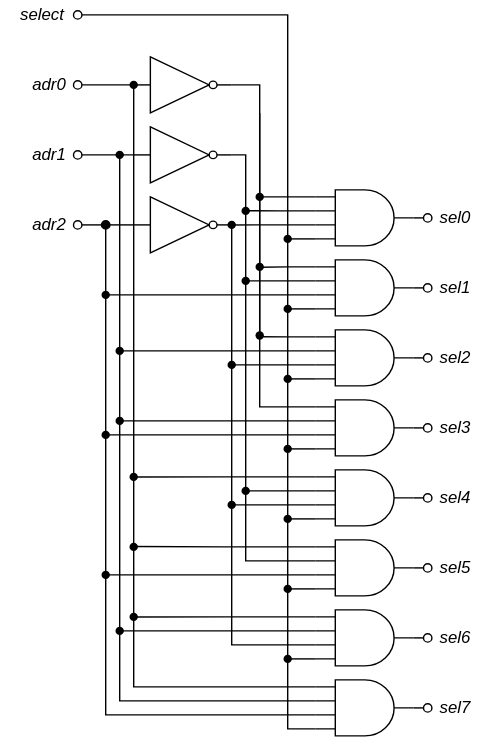
This is figures/circuit_diagrams/address_decoder.svg from Tezyy/Integrated_circuits, a draw.io export, as it was before one commit. Source tidied: cells renumbered, new cells last; positions are measured from the earlier drawing's top-left corner, leaving out a move shared by most shapes.
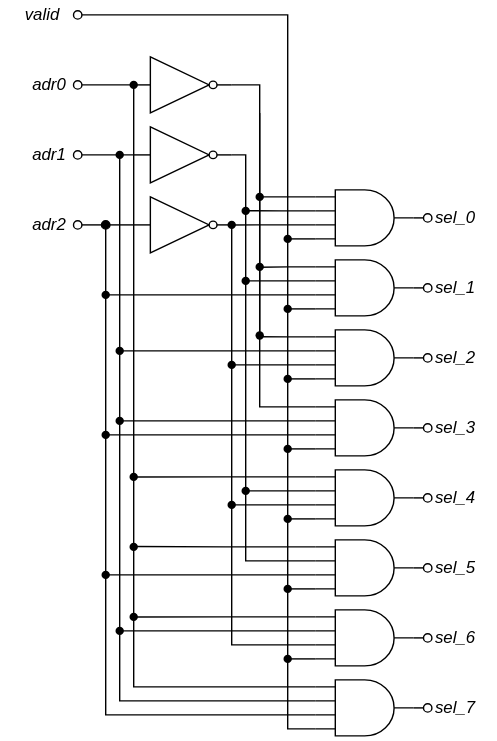
The same file after the commit.

Commit message:
changed circuit diagram

What changed in the source:
```diff
@@ -89,7 +89,7 @@
         </Array>
       </mxGeometry>
     </mxCell>
-    <mxCell id="19" value="&lt;i&gt;select&lt;/i&gt;" style="text;html=1;align=center;verticalAlign=middle;whiteSpace=wrap;rounded=0;" parent="1" vertex="1">
+    <mxCell id="19" value="&lt;i&gt;valid&lt;/i&gt;" style="text;html=1;align=center;verticalAlign=middle;whiteSpace=wrap;rounded=0;" parent="1" vertex="1">
       <mxGeometry width="60" height="20" as="geometry" />
     </mxCell>
     <mxCell id="20" style="edgeStyle=orthogonalEdgeStyle;rounded=0;jettySize=auto;html=1;exitX=1;exitY=0.5;exitDx=0;exitDy=0;exitPerimeter=0;endArrow=oval;endFill=0;" parent="1" edge="1" source="25">
@@ -120,7 +120,7 @@
     <mxCell id="25" style="verticalLabelPosition=bottom;shadow=0;dashed=0;align=center;html=1;verticalAlign=top;shape=mxgraph.electrical.logic_gates.logic_gate;operation=and;numInputs=4;" parent="1" vertex="1">
       <mxGeometry x="225" y="135" width="70" height="40" as="geometry" />
     </mxCell>
-    <mxCell id="26" value="&lt;i&gt;sel0&lt;/i&gt;" style="text;html=1;align=center;verticalAlign=middle;whiteSpace=wrap;rounded=0;" parent="1" vertex="1">
+    <mxCell id="26" value="&lt;i&gt;sel_0&lt;/i&gt;" style="text;html=1;align=center;verticalAlign=middle;whiteSpace=wrap;rounded=0;" parent="1" vertex="1">
       <mxGeometry x="295" y="140" width="60" height="30" as="geometry" />
     </mxCell>
     <mxCell id="27" style="edgeStyle=orthogonalEdgeStyle;rounded=0;jettySize=auto;html=1;exitX=1;exitY=0.5;exitDx=0;exitDy=0;exitPerimeter=0;endArrow=oval;endFill=0;" parent="1" edge="1" source="32">
@@ -151,7 +151,7 @@
     <mxCell id="32" style="verticalLabelPosition=bottom;shadow=0;dashed=0;align=center;html=1;verticalAlign=top;shape=mxgraph.electrical.logic_gates.logic_gate;operation=and;numInputs=4;" parent="1" vertex="1">
       <mxGeometry x="225" y="185" width="70" height="40" as="geometry" />
     </mxCell>
-    <mxCell id="33" value="&lt;i&gt;sel1&lt;/i&gt;" style="text;html=1;align=center;verticalAlign=middle;whiteSpace=wrap;rounded=0;" parent="1" vertex="1">
+    <mxCell id="33" value="&lt;i&gt;sel_1&lt;/i&gt;" style="text;html=1;align=center;verticalAlign=middle;whiteSpace=wrap;rounded=0;" parent="1" vertex="1">
       <mxGeometry x="295" y="190" width="60" height="30" as="geometry" />
     </mxCell>
     <mxCell id="34" style="edgeStyle=orthogonalEdgeStyle;rounded=0;jettySize=auto;html=1;exitX=1;exitY=0.5;exitDx=0;exitDy=0;exitPerimeter=0;endArrow=oval;endFill=0;" parent="1" edge="1" source="39">
@@ -182,7 +182,7 @@
     <mxCell id="39" style="verticalLabelPosition=bottom;shadow=0;dashed=0;align=center;html=1;verticalAlign=top;shape=mxgraph.electrical.logic_gates.logic_gate;operation=and;numInputs=4;" parent="1" vertex="1">
       <mxGeometry x="225" y="235" width="70" height="40" as="geometry" />
     </mxCell>
-    <mxCell id="40" value="&lt;i&gt;sel2&lt;/i&gt;" style="text;html=1;align=center;verticalAlign=middle;whiteSpace=wrap;rounded=0;" parent="1" vertex="1">
+    <mxCell id="40" value="&lt;i&gt;sel_2&lt;/i&gt;" style="text;html=1;align=center;verticalAlign=middle;whiteSpace=wrap;rounded=0;" parent="1" vertex="1">
       <mxGeometry x="295" y="240" width="60" height="30" as="geometry" />
     </mxCell>
     <mxCell id="41" style="edgeStyle=orthogonalEdgeStyle;rounded=0;jettySize=auto;html=1;exitX=1;exitY=0.5;exitDx=0;exitDy=0;exitPerimeter=0;endArrow=oval;endFill=0;" parent="1" edge="1" source="45">
@@ -208,7 +208,7 @@
     <mxCell id="45" style="verticalLabelPosition=bottom;shadow=0;dashed=0;align=center;html=1;verticalAlign=top;shape=mxgraph.electrical.logic_gates.logic_gate;operation=and;numInputs=4;" parent="1" vertex="1">
       <mxGeometry x="225" y="285" width="70" height="40" as="geometry" />
     </mxCell>
-    <mxCell id="46" value="&lt;i&gt;sel3&lt;/i&gt;" style="text;html=1;align=center;verticalAlign=middle;whiteSpace=wrap;rounded=0;" parent="1" vertex="1">
+    <mxCell id="46" value="&lt;i&gt;sel_3&lt;/i&gt;" style="text;html=1;align=center;verticalAlign=middle;whiteSpace=wrap;rounded=0;" parent="1" vertex="1">
       <mxGeometry x="295" y="290" width="60" height="30" as="geometry" />
     </mxCell>
     <mxCell id="47" style="edgeStyle=orthogonalEdgeStyle;rounded=0;jettySize=auto;html=1;exitX=1;exitY=0.5;exitDx=0;exitDy=0;exitPerimeter=0;endArrow=oval;endFill=0;" parent="1" edge="1" source="52">
@@ -239,7 +239,7 @@
     <mxCell id="52" style="verticalLabelPosition=bottom;shadow=0;dashed=0;align=center;html=1;verticalAlign=top;shape=mxgraph.electrical.logic_gates.logic_gate;operation=and;numInputs=4;" parent="1" vertex="1">
       <mxGeometry x="225" y="335" width="70" height="40" as="geometry" />
     </mxCell>
-    <mxCell id="53" value="&lt;i&gt;sel4&lt;/i&gt;" style="text;html=1;align=center;verticalAlign=middle;whiteSpace=wrap;rounded=0;" parent="1" vertex="1">
+    <mxCell id="53" value="&lt;i&gt;sel_4&lt;/i&gt;" style="text;html=1;align=center;verticalAlign=middle;whiteSpace=wrap;rounded=0;" parent="1" vertex="1">
       <mxGeometry x="295" y="340" width="60" height="30" as="geometry" />
     </mxCell>
     <mxCell id="54" style="edgeStyle=orthogonalEdgeStyle;rounded=0;jettySize=auto;html=1;exitX=1;exitY=0.5;exitDx=0;exitDy=0;exitPerimeter=0;endArrow=oval;endFill=0;" parent="1" edge="1" source="58">
@@ -265,7 +265,7 @@
     <mxCell id="58" style="verticalLabelPosition=bottom;shadow=0;dashed=0;align=center;html=1;verticalAlign=top;shape=mxgraph.electrical.logic_gates.logic_gate;operation=and;numInputs=4;" parent="1" vertex="1">
       <mxGeometry x="225" y="385" width="70" height="40" as="geometry" />
     </mxCell>
-    <mxCell id="59" value="&lt;i&gt;sel5&lt;/i&gt;" style="text;html=1;align=center;verticalAlign=middle;whiteSpace=wrap;rounded=0;" parent="1" vertex="1">
+    <mxCell id="59" value="&lt;i&gt;sel_5&lt;/i&gt;" style="text;html=1;align=center;verticalAlign=middle;whiteSpace=wrap;rounded=0;" parent="1" vertex="1">
       <mxGeometry x="295" y="390" width="60" height="30" as="geometry" />
     </mxCell>
     <mxCell id="60" style="edgeStyle=orthogonalEdgeStyle;rounded=0;jettySize=auto;html=1;exitX=1;exitY=0.5;exitDx=0;exitDy=0;exitPerimeter=0;endArrow=oval;endFill=0;" parent="1" edge="1" source="64">
@@ -294,7 +294,7 @@
     <mxCell id="64" style="verticalLabelPosition=bottom;shadow=0;dashed=0;align=center;html=1;verticalAlign=top;shape=mxgraph.electrical.logic_gates.logic_gate;operation=and;numInputs=4;" parent="1" vertex="1">
       <mxGeometry x="225" y="435" width="70" height="40" as="geometry" />
     </mxCell>
-    <mxCell id="65" value="&lt;i&gt;sel6&lt;/i&gt;" style="text;html=1;align=center;verticalAlign=middle;whiteSpace=wrap;rounded=0;" parent="1" vertex="1">
+    <mxCell id="65" value="&lt;i&gt;sel_6&lt;/i&gt;" style="text;html=1;align=center;verticalAlign=middle;whiteSpace=wrap;rounded=0;" parent="1" vertex="1">
       <mxGeometry x="295" y="440" width="60" height="30" as="geometry" />
     </mxCell>
     <mxCell id="66" style="edgeStyle=orthogonalEdgeStyle;rounded=0;jettySize=auto;html=1;exitX=1;exitY=0.5;exitDx=0;exitDy=0;exitPerimeter=0;endArrow=oval;endFill=0;" parent="1" edge="1" source="67">
@@ -305,7 +305,7 @@
     <mxCell id="67" style="verticalLabelPosition=bottom;shadow=0;dashed=0;align=center;html=1;verticalAlign=top;shape=mxgraph.electrical.logic_gates.logic_gate;operation=and;numInputs=4;" parent="1" vertex="1">
       <mxGeometry x="225" y="485" width="70" height="40" as="geometry" />
     </mxCell>
-    <mxCell id="68" value="&lt;i&gt;sel7&lt;/i&gt;" style="text;html=1;align=center;verticalAlign=middle;whiteSpace=wrap;rounded=0;" parent="1" vertex="1">
+    <mxCell id="68" value="&lt;i&gt;sel_7&lt;/i&gt;" style="text;html=1;align=center;verticalAlign=middle;whiteSpace=wrap;rounded=0;" parent="1" vertex="1">
       <mxGeometry x="295" y="490" width="60" height="30" as="geometry" />
     </mxCell>
     <mxCell id="69" style="edgeStyle=orthogonalEdgeStyle;rounded=0;jettySize=auto;html=1;exitX=0;exitY=0.875;exitDx=0;exitDy=0;exitPerimeter=0;endArrow=none;endFill=0;" parent="1" edge="1" source="25" target="70">
```
